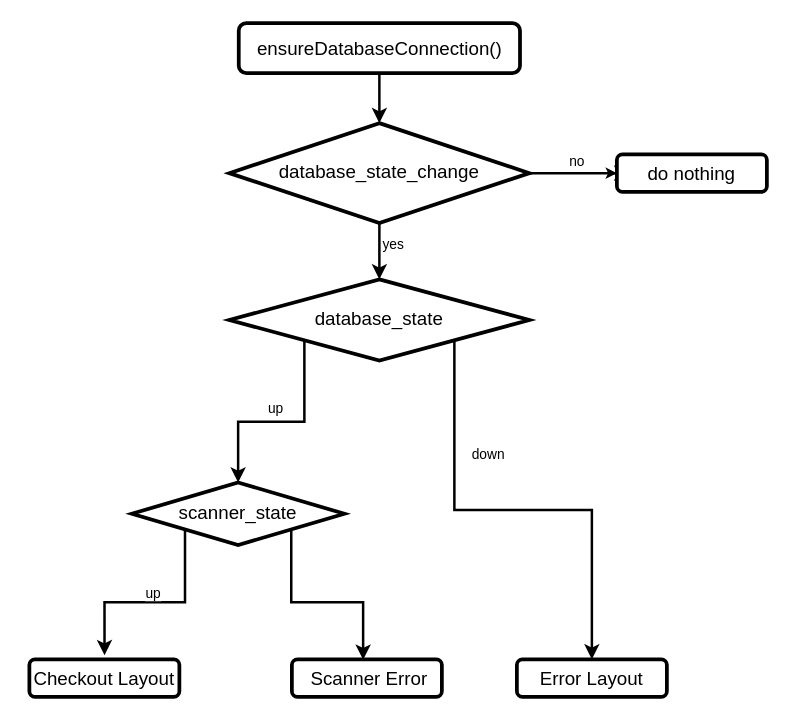
Above: docs/Präsi/db_reconnect_main_loop.drawio in Oberfeldwedler/km3003 (draw.io), before the change. Source tidied: cells renumbered, new cells numbered last; positions are measured from the earlier drawing's top-left corner, leaving out a move shared by most shapes. Both pictures are drawn from the tidied source at 125%, with x=0, y=0 at pixel (29, 22).
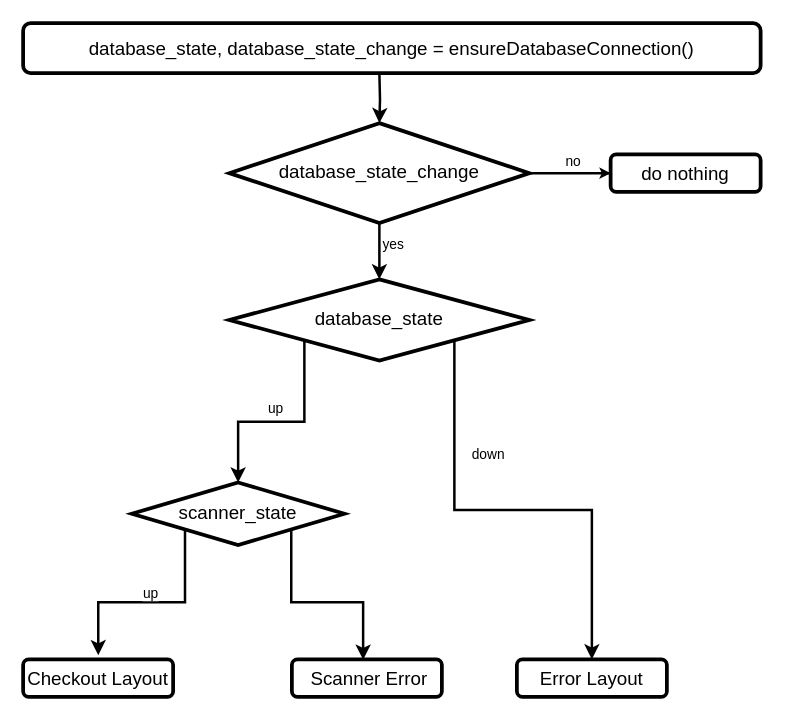
The same diagram, later.

The change refers to these unchanged cells:
```xml
<mxCell id="9" value="database_state_change" style="rhombus;whiteSpace=wrap;html=1;shadow=0;fontFamily=Helvetica;fontSize=15;align=center;strokeWidth=3;spacing=6;spacingTop=-4;" parent="1" vertex="1">
  <mxGeometry x="160" y="80" width="240" height="80" as="geometry" />
</mxCell>
```

What changed in the source:
```diff
@@
-    <mxCell id="2" style="edgeStyle=orthogonalEdgeStyle;rounded=0;jettySize=auto;html=1;entryX=0.5;entryY=0;entryDx=0;entryDy=0;strokeWidth=2;" parent="1" edge="1" source="3" target="9">
-      <mxGeometry relative="1" as="geometry" />
+    <mxCell id="2" style="edgeStyle=orthogonalEdgeStyle;rounded=0;jettySize=auto;html=1;entryX=0.5;entryY=0;entryDx=0;entryDy=0;strokeWidth=2;" parent="1" edge="1" target="9">
+      <mxGeometry relative="1" as="geometry">
+        <mxPoint x="280" y="40" as="sourcePoint" />
+      </mxGeometry>
     </mxCell>
-    <mxCell id="3" value="ensureDatabaseConnection()" style="rounded=1;whiteSpace=wrap;html=1;fontSize=15;glass=0;strokeWidth=3;shadow=0;" parent="1" vertex="1">
-      <mxGeometry x="167.5" width="225" height="40" as="geometry" />
+    <mxCell id="3" value="database_state, database_state_change = ensureDatabaseConnection()" style="rounded=1;whiteSpace=wrap;html=1;fontSize=15;glass=0;strokeWidth=3;shadow=0;" parent="1" vertex="1">
+      <mxGeometry x="-5" width="590" height="40" as="geometry" />
     </mxCell>
@@
     <mxCell id="11" value="Checkout Layout" style="rounded=1;whiteSpace=wrap;html=1;fontSize=15;glass=0;strokeWidth=3;shadow=0;" parent="1" vertex="1">
-      <mxGeometry y="509" width="120" height="30" as="geometry" />
+      <mxGeometry x="-5" y="509" width="120" height="30" as="geometry" />
     </mxCell>
@@
     <mxCell id="16" value="do nothing" style="rounded=1;whiteSpace=wrap;html=1;fontSize=15;glass=0;strokeWidth=3;shadow=0;" parent="1" vertex="1">
-      <mxGeometry x="470" y="105" width="120" height="30" as="geometry" />
+      <mxGeometry x="465" y="105" width="120" height="30" as="geometry" />
     </mxCell>
```
